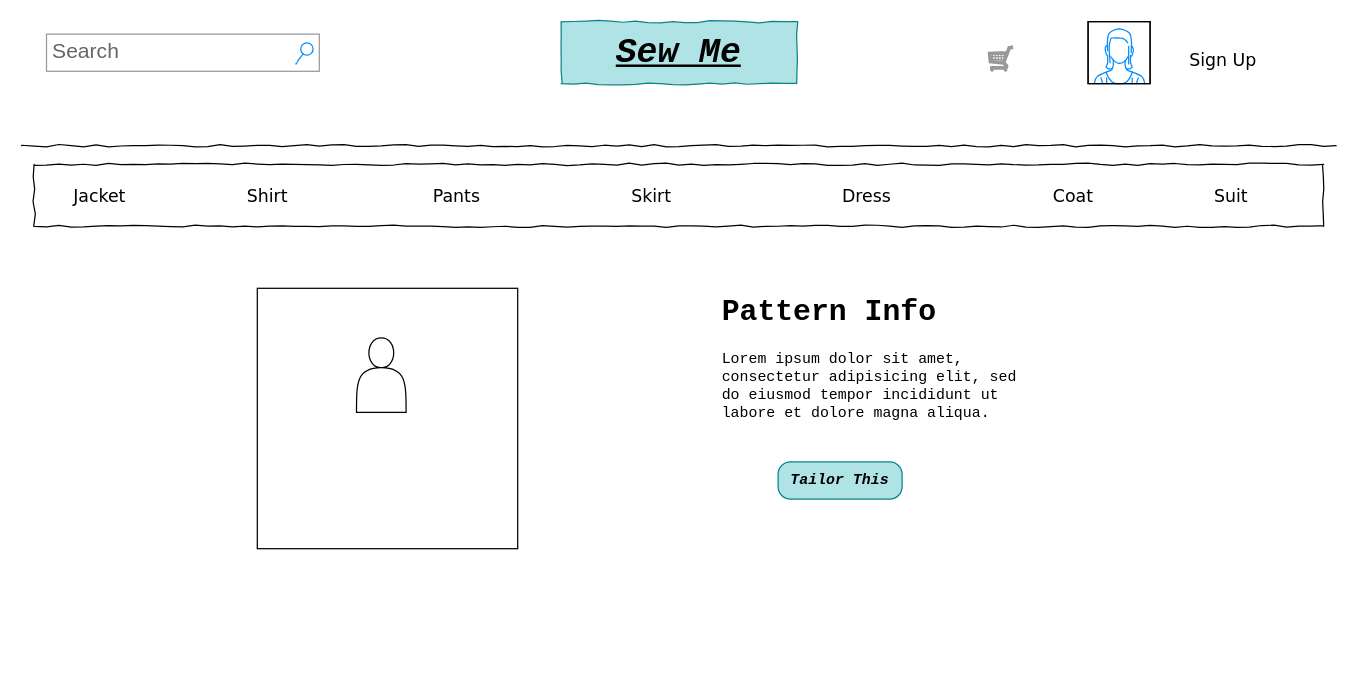
The draw.io diagram page "single-pattern" (5 of 5) of Untitled Diagram.drawio in Scain3/sew_me_capstone, before the edit. Source tidied: cells renumbered, new cells numbered last; positions are measured from the earlier drawing's top-left corner, leaving out a move shared by most shapes. Both pictures are drawn from the tidied source at 124%, with x=0, y=0 at pixel (21, 21).
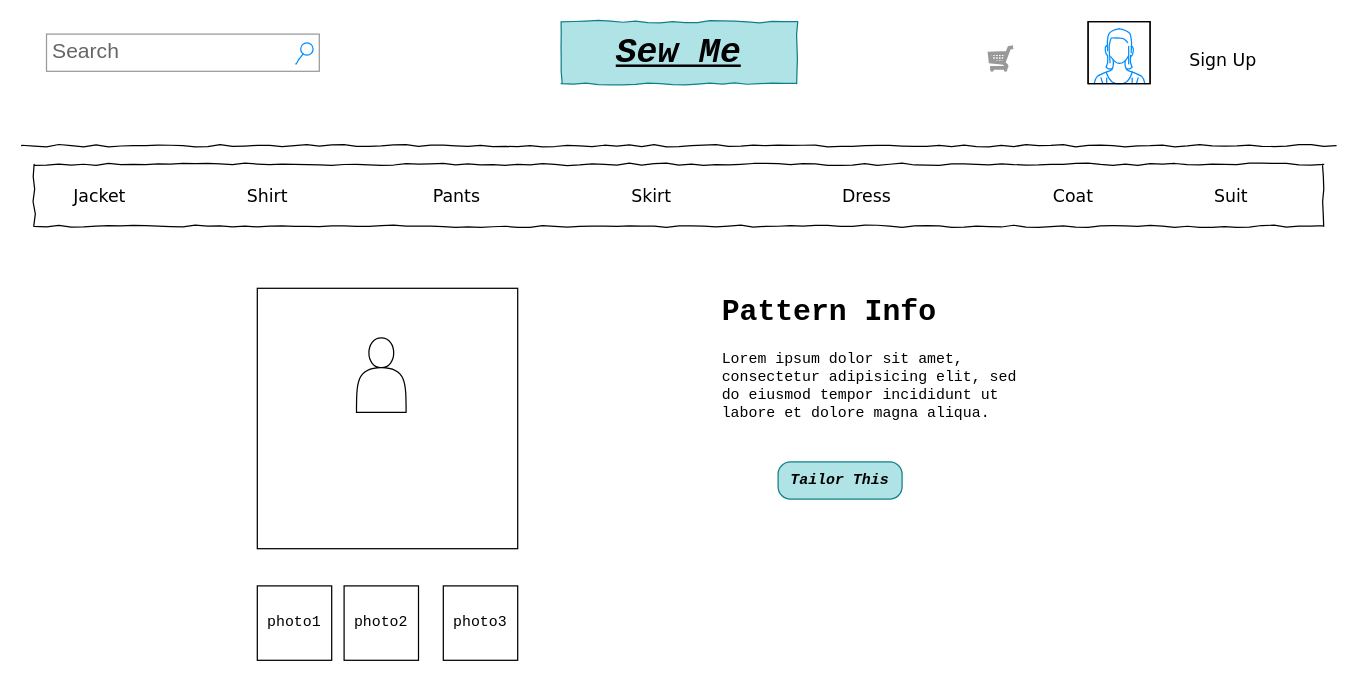
The same diagram, later.

Commit message:
rename to single-pattern

The edit, as a diff of the source:
```diff
@@
+    <mxCell id="20" value="photo1" style="whiteSpace=wrap;html=1;rounded=0;labelBackgroundColor=none;sketch=0;fontFamily=Courier New;fontSize=12;fontColor=#000000;" parent="1" vertex="1">
+      <mxGeometry x="190" y="455" width="60" height="60" as="geometry" />
+    </mxCell>
+    <mxCell id="21" value="photo2" style="whiteSpace=wrap;html=1;rounded=0;labelBackgroundColor=none;sketch=0;fontFamily=Courier New;fontSize=12;fontColor=#000000;" parent="1" vertex="1">
+      <mxGeometry x="260" y="455" width="60" height="60" as="geometry" />
+    </mxCell>
+    <mxCell id="22" value="photo3" style="whiteSpace=wrap;html=1;rounded=0;labelBackgroundColor=none;sketch=0;fontFamily=Courier New;fontSize=12;fontColor=#000000;" parent="1" vertex="1">
+      <mxGeometry x="340" y="455" width="60" height="60" as="geometry" />
+    </mxCell>
```
